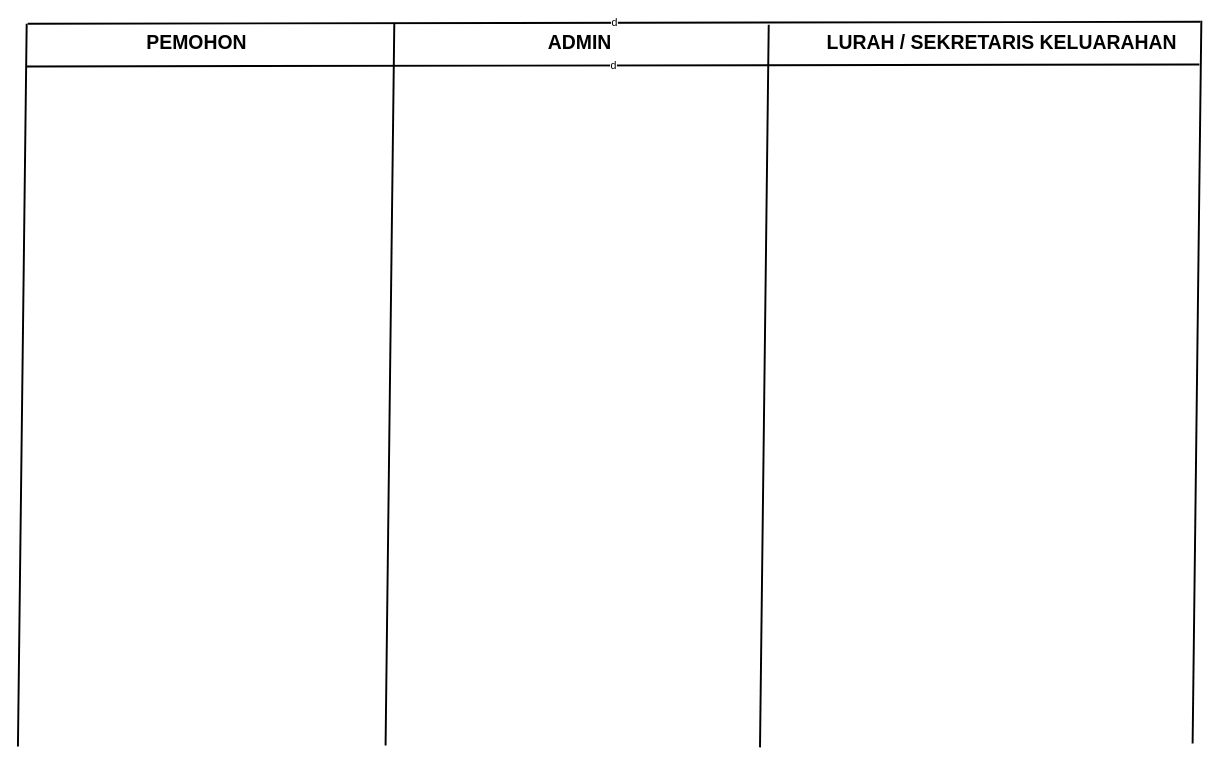
Before: Entity PKL.drawio in dickisepto/Latihan-GIT, a draw.io diagram. Source tidied: cells renumbered, new cells numbered last; positions are measured from the earlier drawing's top-left corner, leaving out a move shared by most shapes. Both pictures are drawn from the tidied source at 97%, with x=0, y=0 at pixel (17, 20).
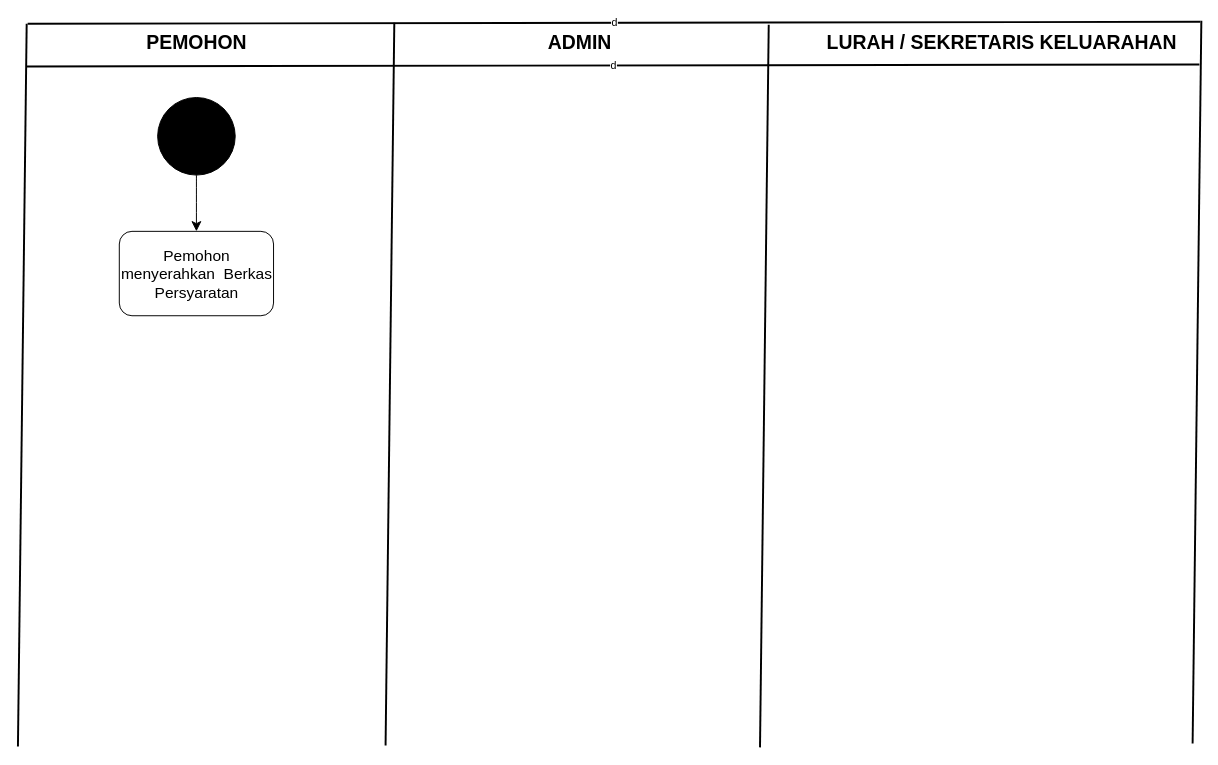
The same diagram, later.

The edit, as a diff of the source:
```diff
@@
 <mxGraphModel>
   <root>
     <mxCell id="0" />
     <mxCell id="1" parent="0" />
     <mxCell id="2" value="d" style="endArrow=none;html=1;rounded=0;strokeColor=default;strokeWidth=2;" parent="1" edge="1">
       <mxGeometry relative="1" as="geometry">
         <mxPoint x="10" y="3" as="sourcePoint" />
         <mxPoint x="1219" y="1" as="targetPoint" />
       </mxGeometry>
     </mxCell>
     <mxCell id="3" value="PEMOHON" style="text;html=1;align=center;verticalAlign=middle;strokeColor=none;fillColor=none;fontSize=20;strokeWidth=2;fontStyle=1;" parent="1" vertex="1">
       <mxGeometry x="123" y="4" width="121" height="36" as="geometry" />
     </mxCell>
     <mxCell id="4" value="ADMIN" style="text;html=1;align=center;verticalAlign=middle;fontSize=20;strokeWidth=2;fontStyle=1;" parent="1" vertex="1">
       <mxGeometry x="537" y="4" width="84" height="36" as="geometry" />
     </mxCell>
     <mxCell id="5" value="LURAH / SEKRETARIS KELUARAHAN" style="text;html=1;align=center;verticalAlign=middle;strokeColor=none;fillColor=none;fontSize=20;strokeWidth=2;fontStyle=1;" parent="1" vertex="1">
       <mxGeometry x="824" y="4" width="379" height="36" as="geometry" />
     </mxCell>
     <mxCell id="6" value="d" style="endArrow=none;html=1;rounded=0;strokeColor=default;strokeWidth=2;" parent="1" edge="1">
       <mxGeometry relative="1" as="geometry">
         <mxPoint x="9" y="47" as="sourcePoint" />
         <mxPoint x="1218" y="45" as="targetPoint" />
       </mxGeometry>
     </mxCell>
     <mxCell id="7" style="endArrow=none;html=1;rounded=0;fontSize=12;startSize=8;endSize=8;curved=1;strokeWidth=2;" parent="1" edge="1">
       <mxGeometry relative="1" as="geometry">
         <mxPoint y="748" as="sourcePoint" />
         <mxPoint x="9" y="3" as="targetPoint" />
       </mxGeometry>
     </mxCell>
     <mxCell id="8" style="endArrow=none;html=1;rounded=0;fontSize=12;startSize=8;endSize=8;curved=1;strokeWidth=2;" parent="1" edge="1">
       <mxGeometry relative="1" as="geometry">
         <mxPoint x="1211" y="745" as="sourcePoint" />
         <mxPoint x="1220" as="targetPoint" />
       </mxGeometry>
     </mxCell>
     <mxCell id="9" style="endArrow=none;html=1;rounded=0;fontSize=12;startSize=8;endSize=8;curved=1;strokeWidth=2;" parent="1" edge="1">
       <mxGeometry relative="1" as="geometry">
         <mxPoint x="379" y="747" as="sourcePoint" />
         <mxPoint x="388" y="2" as="targetPoint" />
       </mxGeometry>
     </mxCell>
     <mxCell id="10" style="endArrow=none;html=1;rounded=0;fontSize=12;startSize=8;endSize=8;curved=1;strokeWidth=2;" parent="1" edge="1">
       <mxGeometry relative="1" as="geometry">
         <mxPoint x="765" y="749" as="sourcePoint" />
         <mxPoint x="774" y="4" as="targetPoint" />
       </mxGeometry>
     </mxCell>
+    <mxCell id="11" style="edgeStyle=none;curved=1;rounded=0;jettySize=auto;html=1;entryX=0.5;entryY=0;entryDx=0;entryDy=0;fontSize=12;startSize=8;endSize=8;" parent="1" edge="1" source="12" target="13">
+      <mxGeometry relative="1" as="geometry" />
+    </mxCell>
+    <mxCell id="12" style="ellipse;whiteSpace=wrap;html=1;fontSize=16;fillColor=#000000;" parent="1" vertex="1">
+      <mxGeometry x="144" y="79" width="80" height="80" as="geometry" />
+    </mxCell>
+    <mxCell id="13" value="Pemohon menyerahkan&amp;nbsp; Berkas Persyaratan" style="rounded=1;whiteSpace=wrap;html=1;fontSize=16;" parent="1" vertex="1">
+      <mxGeometry x="104.5" y="217" width="159" height="87" as="geometry" />
+    </mxCell>
   </root>
 </mxGraphModel>
```
